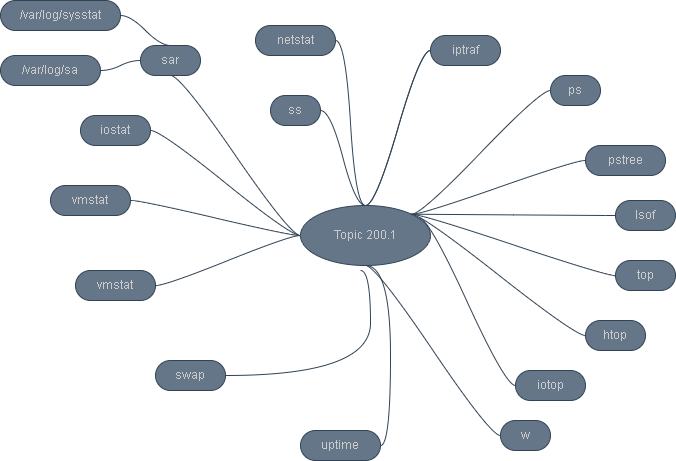
marcossilvestrini/learning-lpic-2-201-450 keeps this draw.io diagram as Images/mindmap-200.1.png. Above is the earlier version. Source tidied: cells renumbered, new cells last; positions are measured from the earlier drawing's top-left corner, leaving out a move shared by most shapes.
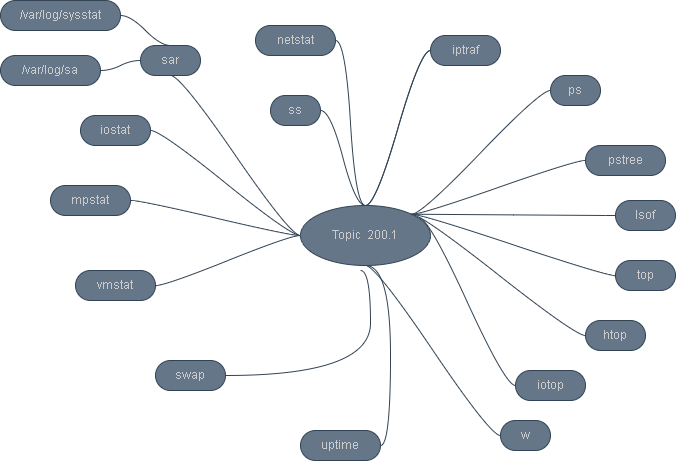
Later version of the same file.

The edit, as a diff of the source:
```diff
@@ -2,7 +2,7 @@
   <root>
     <mxCell id="0" />
     <mxCell id="1" parent="0" />
-    <mxCell id="2" value="Topic 200.1" style="ellipse;whiteSpace=wrap;html=1;align=center;newEdgeStyle={&quot;edgeStyle&quot;:&quot;entityRelationEdgeStyle&quot;,&quot;startArrow&quot;:&quot;none&quot;,&quot;endArrow&quot;:&quot;none&quot;,&quot;segment&quot;:10,&quot;curved&quot;:1};fillColor=#647687;fontColor=#CCCCCC;strokeColor=#314354;" parent="1" vertex="1">
+    <mxCell id="2" value="Topic&amp;nbsp; 200.1" style="ellipse;whiteSpace=wrap;html=1;align=center;newEdgeStyle={&quot;edgeStyle&quot;:&quot;entityRelationEdgeStyle&quot;,&quot;startArrow&quot;:&quot;none&quot;,&quot;endArrow&quot;:&quot;none&quot;,&quot;segment&quot;:10,&quot;curved&quot;:1};fillColor=#647687;fontColor=#CCCCCC;strokeColor=#314354;" parent="1" vertex="1">
       <mxGeometry x="300" y="205" width="130" height="60" as="geometry" />
     </mxCell>
     <mxCell id="3" style="edgeStyle=entityRelationEdgeStyle;startArrow=none;endArrow=none;segment=10;curved=1;exitX=0;exitY=0.5;exitDx=0;exitDy=0;entryX=1;entryY=0.5;entryDx=0;entryDy=0;fillColor=#647687;strokeColor=#314354;shadow=0;fontColor=#CCCCCC;" parent="1" edge="1" source="2" target="9">
@@ -23,7 +23,7 @@
     <mxCell id="8" value="iostat" style="whiteSpace=wrap;html=1;rounded=1;arcSize=50;align=center;verticalAlign=middle;strokeWidth=1;spacing=4;newEdgeStyle={&quot;edgeStyle&quot;:&quot;entityRelationEdgeStyle&quot;,&quot;startArrow&quot;:&quot;none&quot;,&quot;endArrow&quot;:&quot;none&quot;,&quot;segment&quot;:10,&quot;curved&quot;:1};fillColor=#647687;fontColor=#CCCCCC;strokeColor=#314354;" parent="1" vertex="1">
       <mxGeometry x="80" y="115" width="70" height="30" as="geometry" />
     </mxCell>
-    <mxCell id="9" value="vmstat" style="whiteSpace=wrap;html=1;rounded=1;arcSize=50;align=center;verticalAlign=middle;strokeWidth=1;spacing=4;newEdgeStyle={&quot;edgeStyle&quot;:&quot;entityRelationEdgeStyle&quot;,&quot;startArrow&quot;:&quot;none&quot;,&quot;endArrow&quot;:&quot;none&quot;,&quot;segment&quot;:10,&quot;curved&quot;:1};fillColor=#647687;fontColor=#CCCCCC;strokeColor=#314354;" parent="1" vertex="1">
+    <mxCell id="9" value="mpstat" style="whiteSpace=wrap;html=1;rounded=1;arcSize=50;align=center;verticalAlign=middle;strokeWidth=1;spacing=4;newEdgeStyle={&quot;edgeStyle&quot;:&quot;entityRelationEdgeStyle&quot;,&quot;startArrow&quot;:&quot;none&quot;,&quot;endArrow&quot;:&quot;none&quot;,&quot;segment&quot;:10,&quot;curved&quot;:1};fillColor=#647687;fontColor=#CCCCCC;strokeColor=#314354;" parent="1" vertex="1">
       <mxGeometry x="50" y="185" width="80" height="30" as="geometry" />
     </mxCell>
     <mxCell id="10" value="vmstat" style="whiteSpace=wrap;html=1;rounded=1;arcSize=50;align=center;verticalAlign=middle;strokeWidth=1;spacing=4;newEdgeStyle={&quot;edgeStyle&quot;:&quot;entityRelationEdgeStyle&quot;,&quot;startArrow&quot;:&quot;none&quot;,&quot;endArrow&quot;:&quot;none&quot;,&quot;segment&quot;:10,&quot;curved&quot;:1};fillColor=#647687;fontColor=#CCCCCC;strokeColor=#314354;" parent="1" vertex="1">
```
